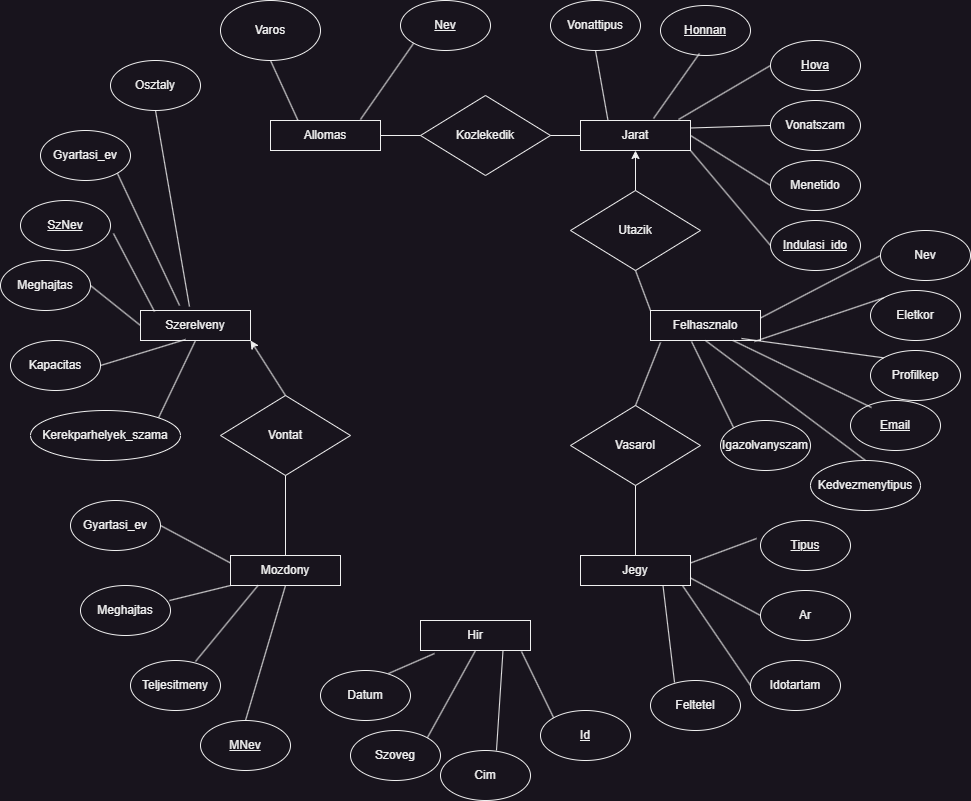
This is Adatb_alapu_EK/Vasut EK.drawio.png from sanyopapa/adatb_alapu, a draw.io export, as it was before one commit. Source tidied: cells renumbered, new cells last; positions are measured from the earlier drawing's top-left corner, leaving out a move shared by most shapes. The source it was exported from:
```xml
<mxGraphModel>
  <root>
    <mxCell id="0" />
    <mxCell id="1" parent="0" />
    <mxCell id="2" value="Allomas" style="rounded=0;whiteSpace=wrap;html=1;" parent="1" vertex="1">
      <mxGeometry x="270" y="120" width="110" height="30" as="geometry" />
    </mxCell>
    <mxCell id="3" value="Varos" style="ellipse;whiteSpace=wrap;html=1;" parent="1" vertex="1">
      <mxGeometry x="220" width="100" height="60" as="geometry" />
    </mxCell>
    <mxCell id="4" value="Nev" style="ellipse;whiteSpace=wrap;html=1;fontStyle=4;" parent="1" vertex="1">
      <mxGeometry x="400" width="90" height="50" as="geometry" />
    </mxCell>
    <mxCell id="5" style="endArrow=none;html=1;rounded=0;entryX=0.5;entryY=1;entryDx=0;entryDy=0;exitX=0.25;exitY=0;exitDx=0;exitDy=0;" parent="1" edge="1" source="2" target="3">
      <mxGeometry relative="1" as="geometry" />
    </mxCell>
    <mxCell id="6" style="endArrow=none;html=1;rounded=0;exitX=0.818;exitY=-0.033;exitDx=0;exitDy=0;exitPerimeter=0;entryX=0;entryY=1;entryDx=0;entryDy=0;" parent="1" edge="1" source="2" target="4">
      <mxGeometry relative="1" as="geometry" />
    </mxCell>
    <mxCell id="7" value="Jarat" style="rounded=0;whiteSpace=wrap;html=1;" parent="1" vertex="1">
      <mxGeometry x="580" y="120" width="110" height="30" as="geometry" />
    </mxCell>
    <mxCell id="8" value="Honnan" style="ellipse;whiteSpace=wrap;html=1;fontStyle=4;" parent="1" vertex="1">
      <mxGeometry x="660" y="5" width="90" height="50" as="geometry" />
    </mxCell>
    <mxCell id="9" value="Hova" style="ellipse;whiteSpace=wrap;html=1;fontStyle=4;" parent="1" vertex="1">
      <mxGeometry x="770" y="40" width="90" height="50" as="geometry" />
    </mxCell>
    <mxCell id="10" value="Vonatszam" style="ellipse;whiteSpace=wrap;html=1;" parent="1" vertex="1">
      <mxGeometry x="770" y="100" width="90" height="50" as="geometry" />
    </mxCell>
    <mxCell id="11" value="Indulasi_ido" style="ellipse;whiteSpace=wrap;html=1;fontStyle=4;" parent="1" vertex="1">
      <mxGeometry x="770" y="220" width="90" height="50" as="geometry" />
    </mxCell>
    <mxCell id="12" value="Menetido" style="ellipse;whiteSpace=wrap;html=1;" parent="1" vertex="1">
      <mxGeometry x="770" y="160" width="90" height="50" as="geometry" />
    </mxCell>
    <mxCell id="13" value="Vonattipus" style="ellipse;whiteSpace=wrap;html=1;" parent="1" vertex="1">
      <mxGeometry x="550" width="90" height="50" as="geometry" />
    </mxCell>
    <mxCell id="14" style="endArrow=none;html=1;rounded=0;entryX=0.5;entryY=1;entryDx=0;entryDy=0;exitX=0.25;exitY=0;exitDx=0;exitDy=0;" parent="1" edge="1" source="7" target="13">
      <mxGeometry relative="1" as="geometry" />
    </mxCell>
    <mxCell id="15" style="endArrow=none;html=1;rounded=0;entryX=0.433;entryY=0.96;entryDx=0;entryDy=0;entryPerimeter=0;exitX=0.664;exitY=-0.067;exitDx=0;exitDy=0;exitPerimeter=0;" parent="1" edge="1" source="7" target="8">
      <mxGeometry relative="1" as="geometry" />
    </mxCell>
    <mxCell id="16" style="endArrow=none;html=1;rounded=0;entryX=0;entryY=0.5;entryDx=0;entryDy=0;exitX=0.891;exitY=-0.033;exitDx=0;exitDy=0;exitPerimeter=0;" parent="1" edge="1" source="7" target="9">
      <mxGeometry relative="1" as="geometry" />
    </mxCell>
    <mxCell id="17" style="endArrow=none;html=1;rounded=0;entryX=0;entryY=0.5;entryDx=0;entryDy=0;exitX=1;exitY=0.25;exitDx=0;exitDy=0;" parent="1" edge="1" source="7" target="10">
      <mxGeometry relative="1" as="geometry" />
    </mxCell>
    <mxCell id="18" style="endArrow=none;html=1;rounded=0;entryX=0;entryY=0.5;entryDx=0;entryDy=0;exitX=1;exitY=0.5;exitDx=0;exitDy=0;" parent="1" edge="1" source="7" target="12">
      <mxGeometry relative="1" as="geometry" />
    </mxCell>
    <mxCell id="19" style="endArrow=none;html=1;rounded=0;entryX=0;entryY=0.5;entryDx=0;entryDy=0;exitX=1;exitY=1;exitDx=0;exitDy=0;" parent="1" edge="1" source="7" target="11">
      <mxGeometry relative="1" as="geometry" />
    </mxCell>
    <mxCell id="20" value="Felhasznalo" style="rounded=0;whiteSpace=wrap;html=1;" parent="1" vertex="1">
      <mxGeometry x="650" y="310" width="110" height="30" as="geometry" />
    </mxCell>
    <mxCell id="21" value="Nev" style="ellipse;whiteSpace=wrap;html=1;" parent="1" vertex="1">
      <mxGeometry x="880" y="230" width="90" height="50" as="geometry" />
    </mxCell>
    <mxCell id="22" value="Eletkor" style="ellipse;whiteSpace=wrap;html=1;" parent="1" vertex="1">
      <mxGeometry x="870" y="290" width="90" height="50" as="geometry" />
    </mxCell>
    <mxCell id="23" value="Email" style="ellipse;whiteSpace=wrap;html=1;fontStyle=4;" parent="1" vertex="1">
      <mxGeometry x="850" y="400" width="90" height="50" as="geometry" />
    </mxCell>
    <mxCell id="24" value="Kedvezmenytipus" style="ellipse;whiteSpace=wrap;html=1;" parent="1" vertex="1">
      <mxGeometry x="810" y="460" width="110" height="50" as="geometry" />
    </mxCell>
    <mxCell id="25" value="Igazolvanyszam" style="ellipse;whiteSpace=wrap;html=1;" parent="1" vertex="1">
      <mxGeometry x="720" y="420" width="90" height="50" as="geometry" />
    </mxCell>
    <mxCell id="26" value="Profilkep" style="ellipse;whiteSpace=wrap;html=1;" parent="1" vertex="1">
      <mxGeometry x="870" y="350" width="90" height="50" as="geometry" />
    </mxCell>
    <mxCell id="27" style="endArrow=none;html=1;rounded=0;entryX=0;entryY=0.5;entryDx=0;entryDy=0;exitX=1;exitY=0.25;exitDx=0;exitDy=0;" parent="1" edge="1" source="20" target="21">
      <mxGeometry relative="1" as="geometry" />
    </mxCell>
    <mxCell id="28" style="endArrow=none;html=1;rounded=0;entryX=0;entryY=0;entryDx=0;entryDy=0;exitX=0.945;exitY=1.033;exitDx=0;exitDy=0;exitPerimeter=0;" parent="1" edge="1" source="20" target="22">
      <mxGeometry relative="1" as="geometry" />
    </mxCell>
    <mxCell id="29" style="endArrow=none;html=1;rounded=0;entryX=0;entryY=0;entryDx=0;entryDy=0;exitX=0.827;exitY=0.933;exitDx=0;exitDy=0;exitPerimeter=0;" parent="1" edge="1" source="20" target="26">
      <mxGeometry relative="1" as="geometry" />
    </mxCell>
    <mxCell id="30" style="endArrow=none;html=1;rounded=0;entryX=0.233;entryY=0.14;entryDx=0;entryDy=0;entryPerimeter=0;exitX=0.75;exitY=1;exitDx=0;exitDy=0;" parent="1" edge="1" source="20" target="23">
      <mxGeometry relative="1" as="geometry" />
    </mxCell>
    <mxCell id="31" style="endArrow=none;html=1;rounded=0;exitX=0.5;exitY=0;exitDx=0;exitDy=0;entryX=0.5;entryY=1;entryDx=0;entryDy=0;" parent="1" edge="1" source="24" target="20">
      <mxGeometry relative="1" as="geometry" />
    </mxCell>
    <mxCell id="32" style="endArrow=none;html=1;rounded=0;entryX=0.373;entryY=1.033;entryDx=0;entryDy=0;entryPerimeter=0;exitX=0;exitY=0;exitDx=0;exitDy=0;" parent="1" edge="1" source="25" target="20">
      <mxGeometry relative="1" as="geometry" />
    </mxCell>
    <mxCell id="33" value="Jegy" style="rounded=0;whiteSpace=wrap;html=1;" parent="1" vertex="1">
      <mxGeometry x="580" y="555" width="110" height="30" as="geometry" />
    </mxCell>
    <mxCell id="34" value="Tipus" style="ellipse;whiteSpace=wrap;html=1;fontStyle=4;" parent="1" vertex="1">
      <mxGeometry x="760" y="520" width="90" height="50" as="geometry" />
    </mxCell>
    <mxCell id="35" value="Ar" style="ellipse;whiteSpace=wrap;html=1;" parent="1" vertex="1">
      <mxGeometry x="760" y="590" width="90" height="50" as="geometry" />
    </mxCell>
    <mxCell id="36" value="Feltetel" style="ellipse;whiteSpace=wrap;html=1;" parent="1" vertex="1">
      <mxGeometry x="650" y="680" width="90" height="50" as="geometry" />
    </mxCell>
    <mxCell id="37" value="Idotartam" style="ellipse;whiteSpace=wrap;html=1;" parent="1" vertex="1">
      <mxGeometry x="750" y="660" width="90" height="50" as="geometry" />
    </mxCell>
    <mxCell id="38" style="endArrow=none;html=1;rounded=0;entryX=-0.044;entryY=0.36;entryDx=0;entryDy=0;entryPerimeter=0;exitX=1;exitY=0.25;exitDx=0;exitDy=0;" parent="1" edge="1" source="33" target="34">
      <mxGeometry relative="1" as="geometry" />
    </mxCell>
    <mxCell id="39" style="endArrow=none;html=1;rounded=0;entryX=0;entryY=0.5;entryDx=0;entryDy=0;exitX=1;exitY=0.75;exitDx=0;exitDy=0;" parent="1" edge="1" source="33" target="35">
      <mxGeometry relative="1" as="geometry" />
    </mxCell>
    <mxCell id="40" style="endArrow=none;html=1;rounded=0;entryX=0;entryY=0.5;entryDx=0;entryDy=0;exitX=0.927;exitY=1;exitDx=0;exitDy=0;exitPerimeter=0;" parent="1" edge="1" source="33" target="37">
      <mxGeometry relative="1" as="geometry" />
    </mxCell>
    <mxCell id="41" style="endArrow=none;html=1;rounded=0;entryX=0.267;entryY=0.04;entryDx=0;entryDy=0;entryPerimeter=0;exitX=0.75;exitY=1;exitDx=0;exitDy=0;" parent="1" edge="1" source="33" target="36">
      <mxGeometry relative="1" as="geometry" />
    </mxCell>
    <mxCell id="42" value="Hir" style="rounded=0;whiteSpace=wrap;html=1;" parent="1" vertex="1">
      <mxGeometry x="420" y="620" width="110" height="30" as="geometry" />
    </mxCell>
    <mxCell id="43" value="Cim" style="ellipse;whiteSpace=wrap;html=1;" parent="1" vertex="1">
      <mxGeometry x="440" y="750" width="90" height="50" as="geometry" />
    </mxCell>
    <mxCell id="44" value="Szoveg" style="ellipse;whiteSpace=wrap;html=1;" parent="1" vertex="1">
      <mxGeometry x="350" y="730" width="90" height="50" as="geometry" />
    </mxCell>
    <mxCell id="45" value="Datum" style="ellipse;whiteSpace=wrap;html=1;" parent="1" vertex="1">
      <mxGeometry x="320" y="670" width="90" height="50" as="geometry" />
    </mxCell>
    <mxCell id="46" value="Id" style="ellipse;whiteSpace=wrap;html=1;fontStyle=4;" parent="1" vertex="1">
      <mxGeometry x="540" y="710" width="90" height="50" as="geometry" />
    </mxCell>
    <mxCell id="47" style="endArrow=none;html=1;rounded=0;exitX=0.756;exitY=0.06;exitDx=0;exitDy=0;exitPerimeter=0;entryX=0.127;entryY=1.1;entryDx=0;entryDy=0;entryPerimeter=0;" parent="1" edge="1" source="45" target="42">
      <mxGeometry relative="1" as="geometry" />
    </mxCell>
    <mxCell id="48" style="endArrow=none;html=1;rounded=0;exitX=1;exitY=0;exitDx=0;exitDy=0;entryX=0.5;entryY=1;entryDx=0;entryDy=0;" parent="1" edge="1" source="44" target="42">
      <mxGeometry relative="1" as="geometry" />
    </mxCell>
    <mxCell id="49" style="endArrow=none;html=1;rounded=0;exitX=0.622;exitY=0;exitDx=0;exitDy=0;exitPerimeter=0;entryX=0.75;entryY=1;entryDx=0;entryDy=0;" parent="1" edge="1" source="43" target="42">
      <mxGeometry relative="1" as="geometry" />
    </mxCell>
    <mxCell id="50" style="endArrow=none;html=1;rounded=0;exitX=0;exitY=0;exitDx=0;exitDy=0;entryX=0.918;entryY=1.033;entryDx=0;entryDy=0;entryPerimeter=0;" parent="1" edge="1" source="46" target="42">
      <mxGeometry relative="1" as="geometry" />
    </mxCell>
    <mxCell id="51" value="Mozdony" style="rounded=0;whiteSpace=wrap;html=1;" parent="1" vertex="1">
      <mxGeometry x="230" y="555" width="110" height="30" as="geometry" />
    </mxCell>
    <mxCell id="52" value="Gyartasi_ev" style="ellipse;whiteSpace=wrap;html=1;" parent="1" vertex="1">
      <mxGeometry x="70" y="500" width="90" height="50" as="geometry" />
    </mxCell>
    <mxCell id="53" value="Meghajtas" style="ellipse;whiteSpace=wrap;html=1;" parent="1" vertex="1">
      <mxGeometry x="80" y="585" width="90" height="50" as="geometry" />
    </mxCell>
    <mxCell id="54" value="Teljesitmeny" style="ellipse;whiteSpace=wrap;html=1;" parent="1" vertex="1">
      <mxGeometry x="130" y="660" width="90" height="50" as="geometry" />
    </mxCell>
    <mxCell id="55" value="MNev" style="ellipse;whiteSpace=wrap;html=1;fontStyle=4;" parent="1" vertex="1">
      <mxGeometry x="200" y="720" width="90" height="50" as="geometry" />
    </mxCell>
    <mxCell id="56" style="endArrow=none;html=1;rounded=0;exitX=0.5;exitY=0;exitDx=0;exitDy=0;entryX=0.5;entryY=1;entryDx=0;entryDy=0;" parent="1" edge="1" source="55" target="51">
      <mxGeometry relative="1" as="geometry" />
    </mxCell>
    <mxCell id="57" style="endArrow=none;html=1;rounded=0;exitX=0.722;exitY=0.02;exitDx=0;exitDy=0;exitPerimeter=0;entryX=0.25;entryY=1;entryDx=0;entryDy=0;" parent="1" edge="1" source="54" target="51">
      <mxGeometry relative="1" as="geometry" />
    </mxCell>
    <mxCell id="58" style="endArrow=none;html=1;rounded=0;exitX=0.989;exitY=0.3;exitDx=0;exitDy=0;exitPerimeter=0;entryX=0;entryY=1;entryDx=0;entryDy=0;" parent="1" edge="1" source="53" target="51">
      <mxGeometry relative="1" as="geometry" />
    </mxCell>
    <mxCell id="59" style="endArrow=none;html=1;rounded=0;exitX=1;exitY=0.5;exitDx=0;exitDy=0;entryX=0;entryY=0.25;entryDx=0;entryDy=0;" parent="1" edge="1" source="52" target="51">
      <mxGeometry relative="1" as="geometry" />
    </mxCell>
    <mxCell id="60" value="Szerelveny" style="rounded=0;whiteSpace=wrap;html=1;" parent="1" vertex="1">
      <mxGeometry x="140" y="310" width="110" height="30" as="geometry" />
    </mxCell>
    <mxCell id="61" value="Gyartasi_ev" style="ellipse;whiteSpace=wrap;html=1;" parent="1" vertex="1">
      <mxGeometry x="40" y="130" width="90" height="50" as="geometry" />
    </mxCell>
    <mxCell id="62" value="SzNev" style="ellipse;whiteSpace=wrap;html=1;fontStyle=4;" parent="1" vertex="1">
      <mxGeometry x="20" y="200" width="90" height="50" as="geometry" />
    </mxCell>
    <mxCell id="63" value="Meghajtas" style="ellipse;whiteSpace=wrap;html=1;" parent="1" vertex="1">
      <mxGeometry y="260" width="90" height="50" as="geometry" />
    </mxCell>
    <mxCell id="64" value="Kapacitas" style="ellipse;whiteSpace=wrap;html=1;" parent="1" vertex="1">
      <mxGeometry x="10" y="340" width="90" height="50" as="geometry" />
    </mxCell>
    <mxCell id="65" value="Kerekparhelyek_szama" style="ellipse;whiteSpace=wrap;html=1;" parent="1" vertex="1">
      <mxGeometry x="30" y="410" width="150" height="50" as="geometry" />
    </mxCell>
    <mxCell id="66" value="Osztaly" style="ellipse;whiteSpace=wrap;html=1;" parent="1" vertex="1">
      <mxGeometry x="110" y="60" width="90" height="50" as="geometry" />
    </mxCell>
    <mxCell id="67" style="endArrow=none;html=1;rounded=0;exitX=1;exitY=0;exitDx=0;exitDy=0;entryX=0.5;entryY=1;entryDx=0;entryDy=0;" parent="1" edge="1" source="65" target="60">
      <mxGeometry relative="1" as="geometry" />
    </mxCell>
    <mxCell id="68" style="endArrow=none;html=1;rounded=0;exitX=1;exitY=0.5;exitDx=0;exitDy=0;entryX=0.409;entryY=0.967;entryDx=0;entryDy=0;entryPerimeter=0;" parent="1" edge="1" source="64" target="60">
      <mxGeometry relative="1" as="geometry" />
    </mxCell>
    <mxCell id="69" style="endArrow=none;html=1;rounded=0;exitX=1;exitY=0.5;exitDx=0;exitDy=0;entryX=0;entryY=0.5;entryDx=0;entryDy=0;" parent="1" edge="1" source="63" target="60">
      <mxGeometry relative="1" as="geometry" />
    </mxCell>
    <mxCell id="70" style="endArrow=none;html=1;rounded=0;exitX=1.033;exitY=0.66;exitDx=0;exitDy=0;exitPerimeter=0;entryX=0.127;entryY=0.033;entryDx=0;entryDy=0;entryPerimeter=0;" parent="1" edge="1" source="62" target="60">
      <mxGeometry relative="1" as="geometry" />
    </mxCell>
    <mxCell id="71" style="endArrow=none;html=1;rounded=0;exitX=1;exitY=1;exitDx=0;exitDy=0;entryX=0.355;entryY=-0.167;entryDx=0;entryDy=0;entryPerimeter=0;" parent="1" edge="1" source="61" target="60">
      <mxGeometry relative="1" as="geometry" />
    </mxCell>
    <mxCell id="72" style="endArrow=none;html=1;rounded=0;exitX=0.5;exitY=1;exitDx=0;exitDy=0;entryX=0.445;entryY=-0.133;entryDx=0;entryDy=0;entryPerimeter=0;" parent="1" edge="1" source="66" target="60">
      <mxGeometry relative="1" as="geometry" />
    </mxCell>
    <mxCell id="73" value="Vasarol" style="rhombus;whiteSpace=wrap;html=1;" parent="1" vertex="1">
      <mxGeometry x="570" y="405" width="130" height="80" as="geometry" />
    </mxCell>
    <mxCell id="74" style="endArrow=none;html=1;rounded=0;entryX=0.5;entryY=0;entryDx=0;entryDy=0;exitX=0.5;exitY=1;exitDx=0;exitDy=0;endFill=0;" parent="1" edge="1" source="73" target="33">
      <mxGeometry relative="1" as="geometry" />
    </mxCell>
    <mxCell id="75" style="endArrow=none;html=1;rounded=0;entryX=0.091;entryY=1.067;entryDx=0;entryDy=0;exitX=0.5;exitY=0;exitDx=0;exitDy=0;endFill=0;entryPerimeter=0;" parent="1" edge="1" source="73" target="20">
      <mxGeometry relative="1" as="geometry" />
    </mxCell>
    <mxCell id="76" value="Utazik" style="rhombus;whiteSpace=wrap;html=1;" parent="1" vertex="1">
      <mxGeometry x="570" y="190" width="130" height="80" as="geometry" />
    </mxCell>
    <mxCell id="77" style="endArrow=none;html=1;rounded=0;entryX=0.5;entryY=1;entryDx=0;entryDy=0;exitX=0;exitY=0;exitDx=0;exitDy=0;" parent="1" edge="1" source="20" target="76">
      <mxGeometry relative="1" as="geometry" />
    </mxCell>
    <mxCell id="78" style="endArrow=classic;html=1;rounded=0;entryX=0.5;entryY=1;entryDx=0;entryDy=0;exitX=0.5;exitY=0;exitDx=0;exitDy=0;" parent="1" edge="1" source="76" target="7">
      <mxGeometry relative="1" as="geometry" />
    </mxCell>
    <mxCell id="79" value="Kozlekedik" style="rhombus;whiteSpace=wrap;html=1;" parent="1" vertex="1">
      <mxGeometry x="420" y="95" width="130" height="80" as="geometry" />
    </mxCell>
    <mxCell id="80" style="endArrow=none;html=1;rounded=0;entryX=0;entryY=0.5;entryDx=0;entryDy=0;exitX=1;exitY=0.5;exitDx=0;exitDy=0;" parent="1" edge="1" source="79" target="7">
      <mxGeometry relative="1" as="geometry" />
    </mxCell>
    <mxCell id="81" style="endArrow=none;html=1;rounded=0;entryX=0;entryY=0.5;entryDx=0;entryDy=0;exitX=1;exitY=0.5;exitDx=0;exitDy=0;" parent="1" edge="1" source="2" target="79">
      <mxGeometry relative="1" as="geometry" />
    </mxCell>
    <mxCell id="82" value="Vontat" style="rhombus;whiteSpace=wrap;html=1;" parent="1" vertex="1">
      <mxGeometry x="220" y="395" width="130" height="80" as="geometry" />
    </mxCell>
    <mxCell id="83" style="endArrow=none;html=1;rounded=0;entryX=0.5;entryY=0;entryDx=0;entryDy=0;exitX=0.5;exitY=1;exitDx=0;exitDy=0;" parent="1" edge="1" source="82" target="51">
      <mxGeometry relative="1" as="geometry" />
    </mxCell>
    <mxCell id="84" style="endArrow=classic;html=1;rounded=0;entryX=1;entryY=1;entryDx=0;entryDy=0;exitX=0.5;exitY=0;exitDx=0;exitDy=0;" parent="1" edge="1" source="82" target="60">
      <mxGeometry relative="1" as="geometry" />
    </mxCell>
  </root>
</mxGraphModel>
```
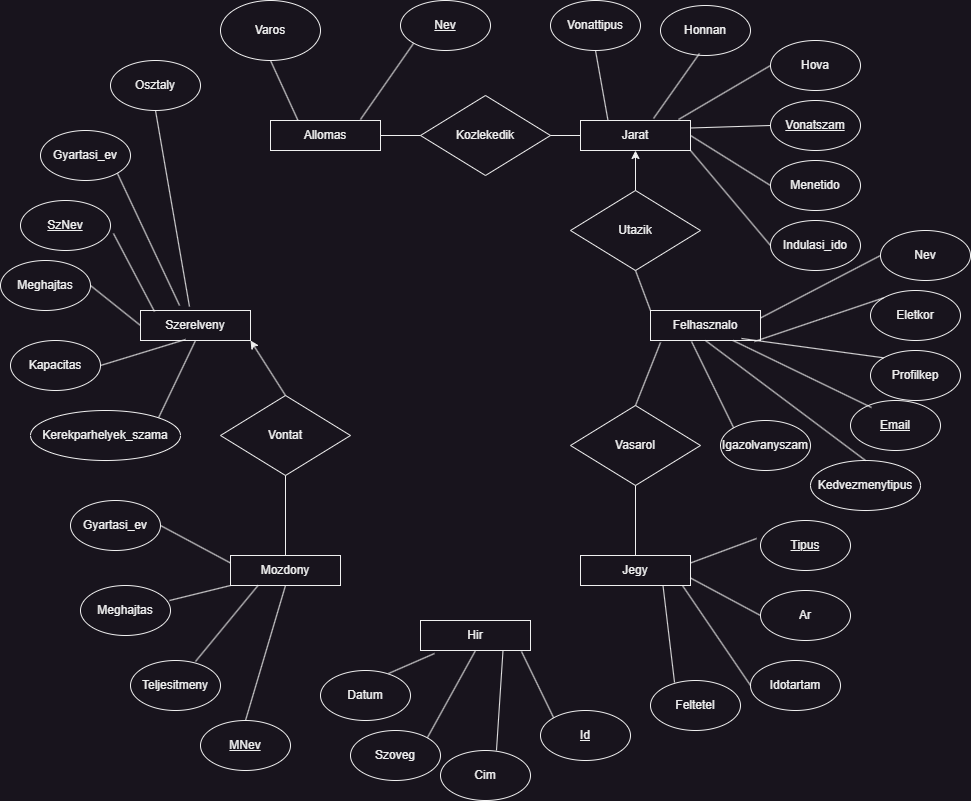
After the change.

Diff of the diagram source:
```diff
@@ -20,16 +20,16 @@
     <mxCell id="7" value="Jarat" style="rounded=0;whiteSpace=wrap;html=1;" parent="1" vertex="1">
       <mxGeometry x="580" y="120" width="110" height="30" as="geometry" />
     </mxCell>
-    <mxCell id="8" value="Honnan" style="ellipse;whiteSpace=wrap;html=1;fontStyle=4;" parent="1" vertex="1">
+    <mxCell id="8" value="Honnan" style="ellipse;whiteSpace=wrap;html=1;fontStyle=0;" parent="1" vertex="1">
       <mxGeometry x="660" y="5" width="90" height="50" as="geometry" />
     </mxCell>
-    <mxCell id="9" value="Hova" style="ellipse;whiteSpace=wrap;html=1;fontStyle=4;" parent="1" vertex="1">
+    <mxCell id="9" value="Hova" style="ellipse;whiteSpace=wrap;html=1;fontStyle=0;" parent="1" vertex="1">
       <mxGeometry x="770" y="40" width="90" height="50" as="geometry" />
     </mxCell>
-    <mxCell id="10" value="Vonatszam" style="ellipse;whiteSpace=wrap;html=1;" parent="1" vertex="1">
+    <mxCell id="10" value="Vonatszam" style="ellipse;whiteSpace=wrap;html=1;fontStyle=4;" parent="1" vertex="1">
       <mxGeometry x="770" y="100" width="90" height="50" as="geometry" />
     </mxCell>
-    <mxCell id="11" value="Indulasi_ido" style="ellipse;whiteSpace=wrap;html=1;fontStyle=4;" parent="1" vertex="1">
+    <mxCell id="11" value="Indulasi_ido" style="ellipse;whiteSpace=wrap;html=1;fontStyle=0;" parent="1" vertex="1">
       <mxGeometry x="770" y="220" width="90" height="50" as="geometry" />
     </mxCell>
     <mxCell id="12" value="Menetido" style="ellipse;whiteSpace=wrap;html=1;" parent="1" vertex="1">
```
